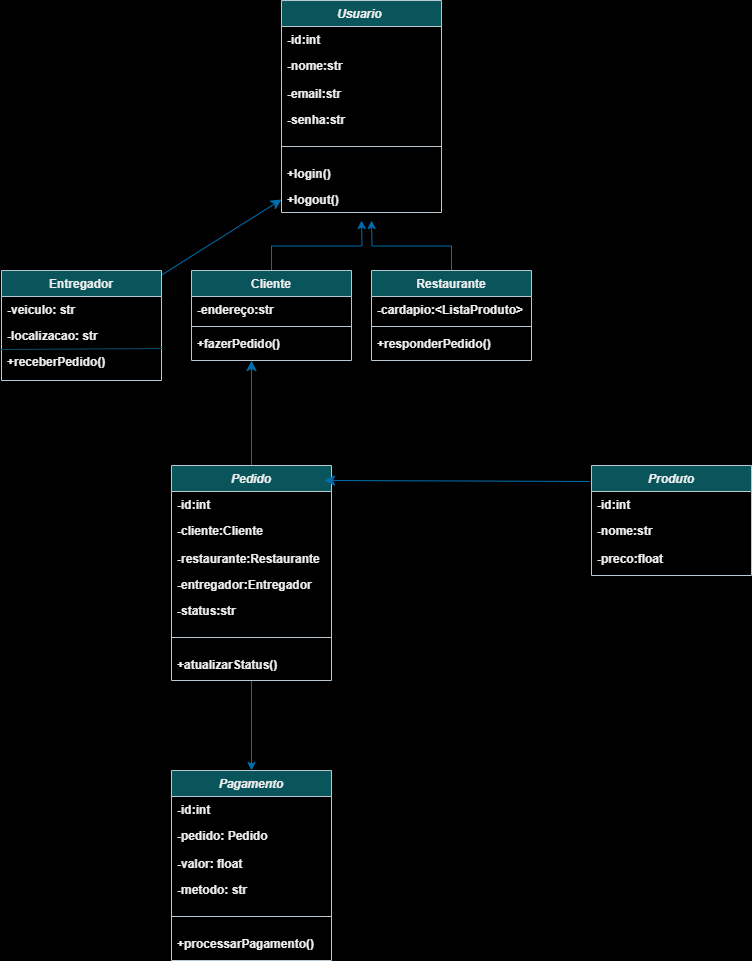
luisfelipesantiago/Diagrama-de-classes keeps this draw.io diagram as Diagrama de classes DSC.png. Above is the earlier version. Source tidied: cells renumbered, new cells last; positions are measured from the earlier drawing's top-left corner, leaving out a move shared by most shapes.
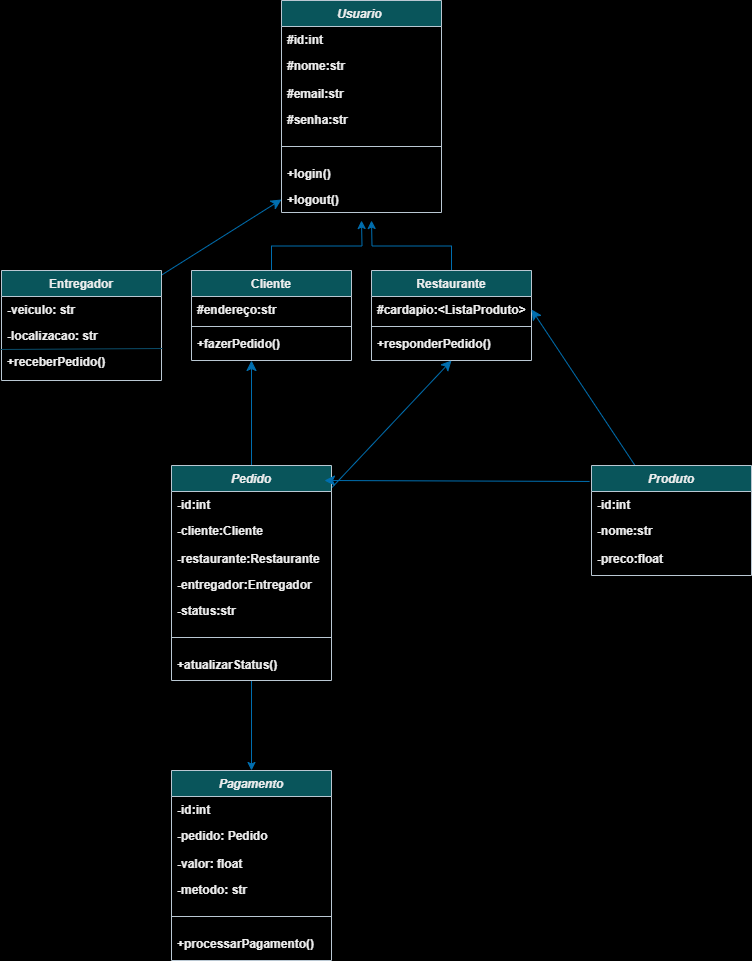
The same file after the commit.

Diff of the diagram source:
```diff
@@ -5,16 +5,16 @@
     <mxCell id="2" value="Usuario " style="swimlane;fontStyle=3;align=center;verticalAlign=top;horizontal=1;startSize=26;rounded=0;shadow=0;strokeWidth=1;labelBackgroundColor=none;fillColor=#09555B;strokeColor=#BAC8D3;fontColor=#EEEEEE;" parent="1" vertex="1">
       <mxGeometry x="280" width="160" height="212" as="geometry" />
     </mxCell>
-    <mxCell id="3" value="-id:int" style="text;align=left;verticalAlign=top;spacingLeft=4;spacingRight=4;overflow=hidden;labelBackgroundColor=none;fontColor=#EEEEEE;fontStyle=1;" parent="2" vertex="1">
+    <mxCell id="3" value="#id:int" style="text;align=left;verticalAlign=top;spacingLeft=4;spacingRight=4;overflow=hidden;labelBackgroundColor=none;fontColor=#EEEEEE;fontStyle=1;" parent="2" vertex="1">
       <mxGeometry y="26" width="160" height="26" as="geometry" />
     </mxCell>
-    <mxCell id="4" value="-nome:str" style="text;align=left;verticalAlign=top;spacingLeft=4;spacingRight=4;overflow=hidden;rounded=0;shadow=0;html=0;labelBackgroundColor=none;fontColor=#EEEEEE;fontStyle=1;" parent="2" vertex="1">
+    <mxCell id="4" value="#nome:str" style="text;align=left;verticalAlign=top;spacingLeft=4;spacingRight=4;overflow=hidden;rounded=0;shadow=0;html=0;labelBackgroundColor=none;fontColor=#EEEEEE;fontStyle=1;" parent="2" vertex="1">
       <mxGeometry y="52" width="160" height="28" as="geometry" />
     </mxCell>
-    <mxCell id="5" value="-email:str&#10;" style="text;align=left;verticalAlign=top;spacingLeft=4;spacingRight=4;overflow=hidden;rounded=0;shadow=0;html=0;labelBackgroundColor=none;fontColor=#EEEEEE;fontStyle=1;" parent="2" vertex="1">
+    <mxCell id="5" value="#email:str&#10;" style="text;align=left;verticalAlign=top;spacingLeft=4;spacingRight=4;overflow=hidden;rounded=0;shadow=0;html=0;labelBackgroundColor=none;fontColor=#EEEEEE;fontStyle=1;" parent="2" vertex="1">
       <mxGeometry y="80" width="160" height="26" as="geometry" />
     </mxCell>
-    <mxCell id="6" value="-senha:str&#10;" style="text;align=left;verticalAlign=top;spacingLeft=4;spacingRight=4;overflow=hidden;rounded=0;shadow=0;html=0;labelBackgroundColor=none;fontColor=#EEEEEE;fontStyle=1;" parent="2" vertex="1">
+    <mxCell id="6" value="#senha:str&#10;" style="text;align=left;verticalAlign=top;spacingLeft=4;spacingRight=4;overflow=hidden;rounded=0;shadow=0;html=0;labelBackgroundColor=none;fontColor=#EEEEEE;fontStyle=1;" parent="2" vertex="1">
       <mxGeometry y="106" width="160" height="26" as="geometry" />
     </mxCell>
     <mxCell id="7" style="line;html=1;strokeWidth=1;align=left;verticalAlign=middle;spacingTop=-1;spacingLeft=3;spacingRight=3;labelPosition=right;labelBackgroundColor=none;fillColor=#09555B;strokeColor=#BAC8D3;fontColor=#EEEEEE;fontStyle=1;" parent="2" vertex="1">
@@ -34,7 +34,7 @@
     <mxCell id="11" value="Cliente" style="swimlane;fontStyle=1;align=center;verticalAlign=top;horizontal=1;startSize=26;rounded=0;shadow=0;strokeWidth=1;labelBackgroundColor=none;fillColor=#09555B;strokeColor=#BAC8D3;fontColor=#EEEEEE;" parent="1" vertex="1">
       <mxGeometry x="190" y="270" width="160" height="90" as="geometry" />
     </mxCell>
-    <mxCell id="12" value="-endereço:str" style="text;align=left;verticalAlign=top;spacingLeft=4;spacingRight=4;overflow=hidden;labelBackgroundColor=none;fontColor=#EEEEEE;fontStyle=1;" parent="11" vertex="1">
+    <mxCell id="12" value="#endereço:str" style="text;align=left;verticalAlign=top;spacingLeft=4;spacingRight=4;overflow=hidden;labelBackgroundColor=none;fontColor=#EEEEEE;fontStyle=1;" parent="11" vertex="1">
       <mxGeometry y="26" width="160" height="26" as="geometry" />
     </mxCell>
     <mxCell id="13" style="line;html=1;strokeWidth=1;align=left;verticalAlign=middle;spacingTop=-1;spacingLeft=3;spacingRight=3;labelPosition=right;labelBackgroundColor=none;fillColor=#09555B;strokeColor=#BAC8D3;fontColor=#EEEEEE;fontStyle=1;" parent="11" vertex="1">
@@ -57,7 +57,7 @@
     <mxCell id="17" value="Restaurante" style="swimlane;fontStyle=1;align=center;verticalAlign=top;horizontal=1;startSize=26;rounded=0;shadow=0;strokeWidth=1;labelBackgroundColor=none;fillColor=#09555B;strokeColor=#BAC8D3;fontColor=#EEEEEE;" parent="1" vertex="1">
       <mxGeometry x="370" y="270" width="160" height="90" as="geometry" />
     </mxCell>
-    <mxCell id="18" value="-cardapio:&lt;ListaProduto&gt;" style="text;align=left;verticalAlign=top;spacingLeft=4;spacingRight=4;overflow=hidden;points=[[0,0.5],[1,0.5]];portConstraint=eastwest;labelBackgroundColor=none;fontColor=#EEEEEE;fontStyle=1;" parent="17" vertex="1">
+    <mxCell id="18" value="#cardapio:&lt;ListaProduto&gt;" style="text;align=left;verticalAlign=top;spacingLeft=4;spacingRight=4;overflow=hidden;points=[[0,0.5],[1,0.5]];portConstraint=eastwest;labelBackgroundColor=none;fontColor=#EEEEEE;fontStyle=1;" parent="17" vertex="1">
       <mxGeometry y="26" width="160" height="26" as="geometry" />
     </mxCell>
     <mxCell id="19" style="line;html=1;strokeWidth=1;align=left;verticalAlign=middle;spacingTop=-1;spacingLeft=3;spacingRight=3;labelPosition=right;labelBackgroundColor=none;fillColor=#09555B;strokeColor=#BAC8D3;fontColor=#EEEEEE;fontStyle=1;" parent="17" vertex="1">
@@ -66,6 +66,9 @@
     <mxCell id="20" value="+responderPedido()" style="text;align=left;verticalAlign=top;spacingLeft=4;spacingRight=4;overflow=hidden;labelBackgroundColor=none;fontColor=#EEEEEE;fontStyle=1;" parent="17" vertex="1">
       <mxGeometry y="60" width="160" height="20" as="geometry" />
     </mxCell>
+    <mxCell id="48" style="edgeStyle=none;curved=1;rounded=0;jettySize=auto;html=1;entryX=1;entryY=0.5;entryDx=0;entryDy=0;fontSize=12;startSize=8;endSize=8;fillColor=#1ba1e2;strokeColor=#006EAF;" parent="1" edge="1" source="21" target="18">
+      <mxGeometry relative="1" as="geometry" />
+    </mxCell>
     <mxCell id="21" value="Produto" style="swimlane;fontStyle=3;align=center;verticalAlign=top;horizontal=1;startSize=26;rounded=0;shadow=0;strokeWidth=1;labelBackgroundColor=none;fillColor=#09555B;strokeColor=#BAC8D3;fontColor=#EEEEEE;" parent="1" vertex="1">
       <mxGeometry x="590" y="465" width="160" height="110" as="geometry" />
     </mxCell>
@@ -81,6 +84,9 @@
     <mxCell id="25" style="edgeStyle=orthogonalEdgeStyle;rounded=0;jettySize=auto;html=1;entryX=0.5;entryY=0;entryDx=0;entryDy=0;labelBackgroundColor=none;strokeColor=#006EAF;fontColor=default;fontStyle=1;fillColor=#1ba1e2;" parent="1" edge="1" source="26" target="34">
       <mxGeometry relative="1" as="geometry" />
     </mxCell>
+    <mxCell id="49" style="edgeStyle=none;curved=1;rounded=0;jettySize=auto;html=1;fontSize=12;startSize=8;endSize=8;entryX=0.5;entryY=1;entryDx=0;entryDy=0;fillColor=#1ba1e2;strokeColor=#006EAF;" parent="1" edge="1" source="26" target="17">
+      <mxGeometry relative="1" as="geometry" />
+    </mxCell>
     <mxCell id="26" value="Pedido" style="swimlane;fontStyle=3;align=center;verticalAlign=top;horizontal=1;startSize=26;rounded=0;shadow=0;strokeWidth=1;labelBackgroundColor=none;fillColor=#09555B;strokeColor=#BAC8D3;fontColor=#EEEEEE;" parent="1" vertex="1">
       <mxGeometry x="170" y="465" width="160" height="215" as="geometry" />
     </mxCell>
```
